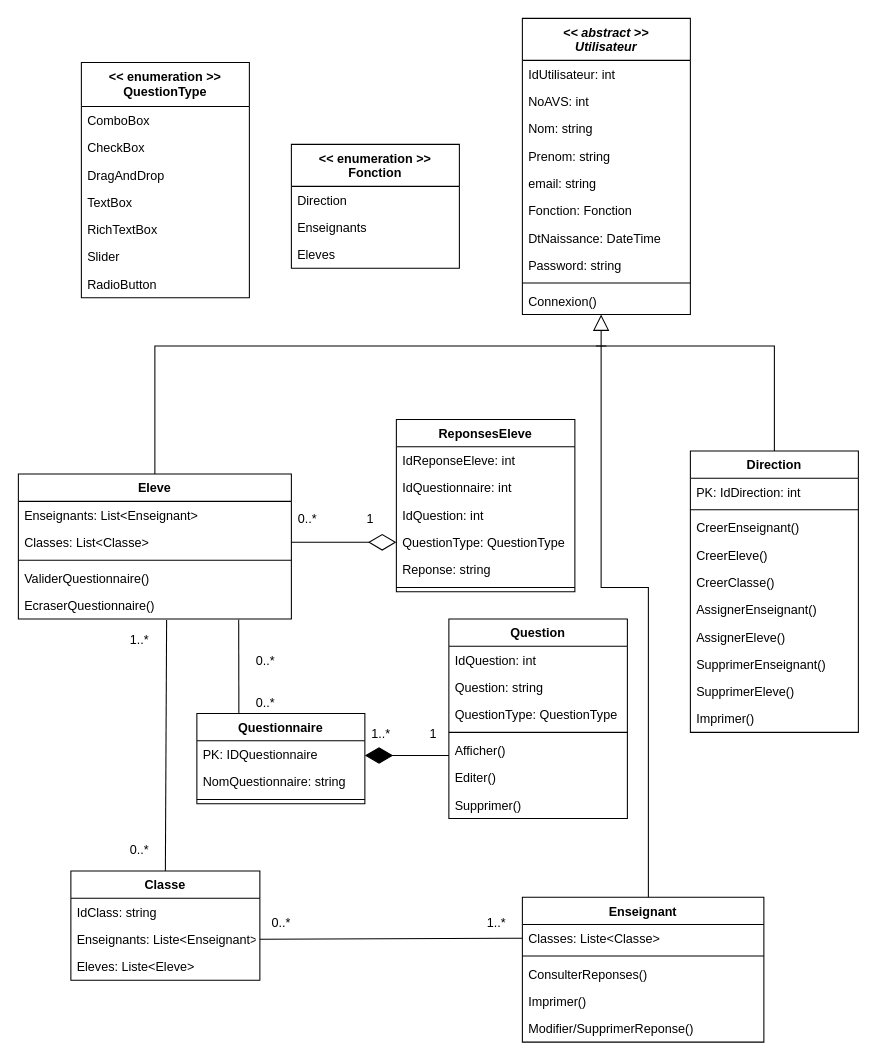
Earlier version of the draw.io diagram DiagramClass.drawio (Devetik/Diagrammes). Source tidied: cells renumbered, new cells numbered last; positions are measured from the earlier drawing's top-left corner, leaving out a move shared by most shapes. Both pictures are drawn from the tidied source at 105%, with x=0, y=0 at pixel (18, 18).
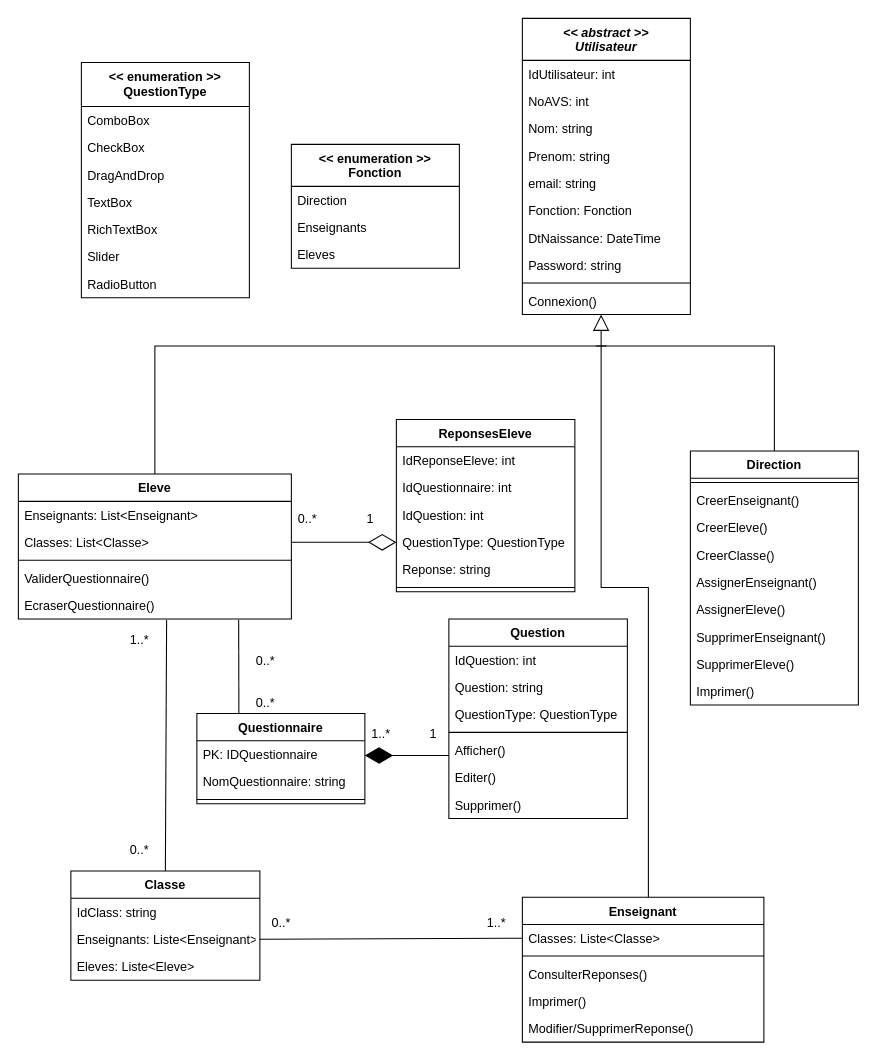
The same page after the edit.

What changed in the source:
```diff
@@
     <mxCell id="19" value="Direction" style="swimlane;fontStyle=1;align=center;verticalAlign=top;horizontal=1;startSize=26;" parent="1" vertex="1">
-      <mxGeometry x="640" y="412" width="160" height="268" as="geometry" />
+      <mxGeometry x="640" y="412" width="160" height="242" as="geometry" />
     </mxCell>
-    <mxCell id="20" value="PK: IdDirection: int" style="text;strokeColor=none;fillColor=none;align=left;verticalAlign=top;spacingLeft=4;spacingRight=4;overflow=hidden;" parent="19" vertex="1">
-      <mxGeometry y="26" width="160" height="26" as="geometry" />
-    </mxCell>
     <mxCell id="21" style="line;strokeWidth=1;fillColor=none;align=left;verticalAlign=middle;spacingTop=-1;spacingLeft=3;spacingRight=3;labelPosition=right;" parent="19" vertex="1">
-      <mxGeometry y="52" width="160" height="8" as="geometry" />
+      <mxGeometry y="26" width="160" height="8" as="geometry" />
     </mxCell>
     <mxCell id="22" value="CreerEnseignant()" style="text;strokeColor=none;fillColor=none;align=left;verticalAlign=top;spacingLeft=4;spacingRight=4;overflow=hidden;" parent="19" vertex="1">
-      <mxGeometry y="60" width="160" height="26" as="geometry" />
+      <mxGeometry y="34" width="160" height="26" as="geometry" />
     </mxCell>
     <mxCell id="23" value="CreerEleve()" style="text;strokeColor=none;fillColor=none;align=left;verticalAlign=top;spacingLeft=4;spacingRight=4;overflow=hidden;" parent="19" vertex="1">
-      <mxGeometry y="86" width="160" height="26" as="geometry" />
+      <mxGeometry y="60" width="160" height="26" as="geometry" />
     </mxCell>
     <mxCell id="24" value="CreerClasse()" style="text;strokeColor=none;fillColor=none;align=left;verticalAlign=top;spacingLeft=4;spacingRight=4;overflow=hidden;" parent="19" vertex="1">
-      <mxGeometry y="112" width="160" height="26" as="geometry" />
+      <mxGeometry y="86" width="160" height="26" as="geometry" />
     </mxCell>
     <mxCell id="25" value="AssignerEnseignant()" style="text;strokeColor=none;fillColor=none;align=left;verticalAlign=top;spacingLeft=4;spacingRight=4;overflow=hidden;" parent="19" vertex="1">
-      <mxGeometry y="138" width="160" height="26" as="geometry" />
+      <mxGeometry y="112" width="160" height="26" as="geometry" />
     </mxCell>
     <mxCell id="26" value="AssignerEleve()" style="text;strokeColor=none;fillColor=none;align=left;verticalAlign=top;spacingLeft=4;spacingRight=4;overflow=hidden;" parent="19" vertex="1">
-      <mxGeometry y="164" width="160" height="26" as="geometry" />
+      <mxGeometry y="138" width="160" height="26" as="geometry" />
     </mxCell>
     <mxCell id="27" value="SupprimerEnseignant()" style="text;strokeColor=none;fillColor=none;align=left;verticalAlign=top;spacingLeft=4;spacingRight=4;overflow=hidden;" parent="19" vertex="1">
-      <mxGeometry y="190" width="160" height="26" as="geometry" />
+      <mxGeometry y="164" width="160" height="26" as="geometry" />
     </mxCell>
     <mxCell id="28" value="SupprimerEleve()" style="text;strokeColor=none;fillColor=none;align=left;verticalAlign=top;spacingLeft=4;spacingRight=4;overflow=hidden;" parent="19" vertex="1">
-      <mxGeometry y="216" width="160" height="26" as="geometry" />
+      <mxGeometry y="190" width="160" height="26" as="geometry" />
     </mxCell>
     <mxCell id="29" value="Imprimer()" style="text;strokeColor=none;fillColor=none;align=left;verticalAlign=top;spacingLeft=4;spacingRight=4;overflow=hidden;" parent="19" vertex="1">
-      <mxGeometry y="242" width="160" height="26" as="geometry" />
+      <mxGeometry y="216" width="160" height="26" as="geometry" />
     </mxCell>
```
